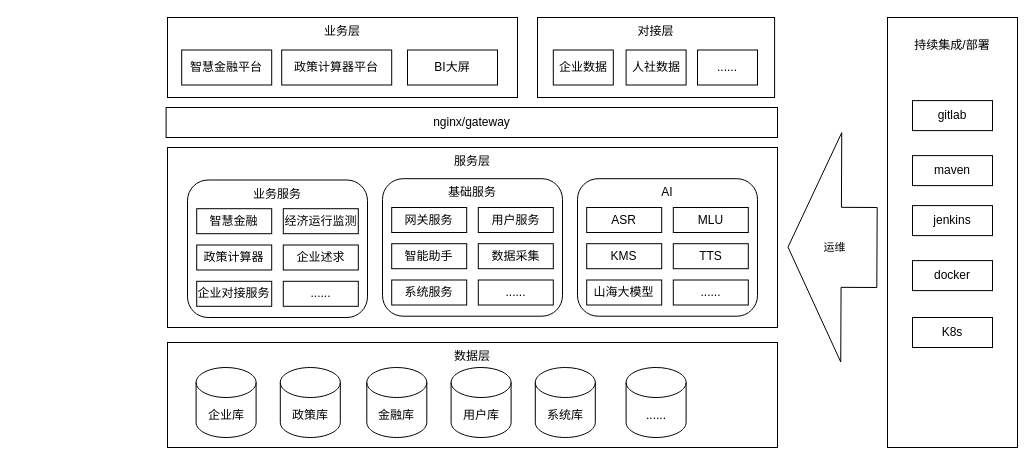
This is yzs/智慧金融.drawio from yanglei1992/documents, a draw.io file, before an edit. Source tidied: cells renumbered, new cells numbered last; positions are measured from the earlier drawing's top-left corner, leaving out a move shared by most shapes. Both pictures are drawn from the tidied source at 100%, with x=0, y=0 at pixel (166, 17).
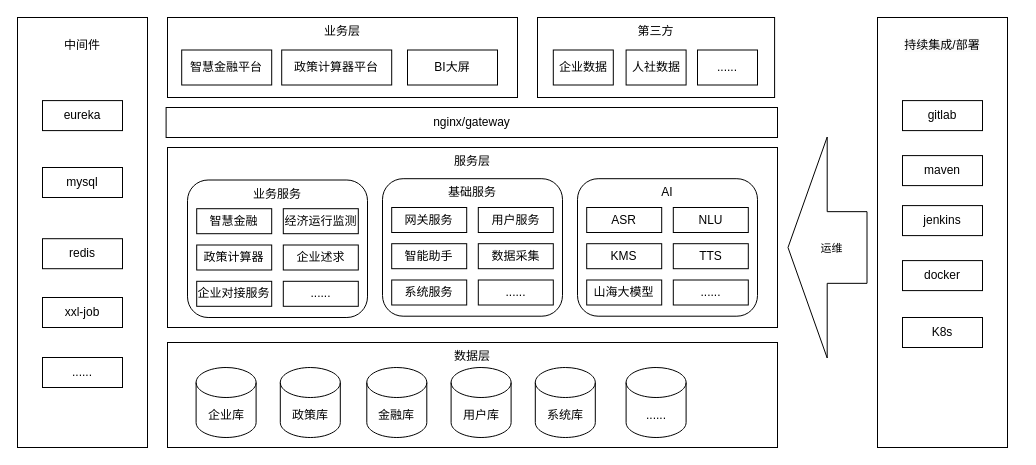
Above is the later version.

Commit message:
更新智慧金融.drawio

Diff of the diagram source:
```diff
@@
-    <mxCell id="22" value="MLU" style="rounded=0;whiteSpace=wrap;html=1;" parent="1" vertex="1">
+    <mxCell id="22" value="NLU" style="rounded=0;whiteSpace=wrap;html=1;" parent="1" vertex="1">
       <mxGeometry x="506.8" y="190" width="75" height="25" as="geometry" />
     </mxCell>
@@
-    <mxCell id="28" value="对接层" style="rounded=0;whiteSpace=wrap;html=1;verticalAlign=top;" parent="1" vertex="1">
+    <mxCell id="28" value="第三方" style="rounded=0;whiteSpace=wrap;html=1;verticalAlign=top;" parent="1" vertex="1">
       <mxGeometry x="371" width="237.1" height="80" as="geometry" />
     </mxCell>
@@
     <mxCell id="40" value="&#10;&lt;span style=&quot;color: rgb(0, 0, 0); font-family: Helvetica; font-size: 12px; font-style: normal; font-variant-ligatures: normal; font-variant-caps: normal; font-weight: 400; letter-spacing: normal; orphans: 2; text-align: center; text-indent: 0px; text-transform: none; widows: 2; word-spacing: 0px; -webkit-text-stroke-width: 0px; background-color: rgb(251, 251, 251); text-decoration-thickness: initial; text-decoration-style: initial; text-decoration-color: initial; float: none; display: inline !important;&quot;&gt;持续集成/部署&lt;/span&gt;&#10;&#10;" style="rounded=0;whiteSpace=wrap;html=1;verticalAlign=top;" parent="1" vertex="1">
-      <mxGeometry x="721" width="130" height="430" as="geometry" />
+      <mxGeometry x="711" width="130" height="430" as="geometry" />
     </mxCell>
     <mxCell id="41" value="gitlab" style="rounded=0;whiteSpace=wrap;html=1;" parent="1" vertex="1">
-      <mxGeometry x="746" y="83.1" width="80" height="30" as="geometry" />
+      <mxGeometry x="736" y="83.1" width="80" height="30" as="geometry" />
     </mxCell>
     <mxCell id="42" value="maven" style="rounded=0;whiteSpace=wrap;html=1;" parent="1" vertex="1">
-      <mxGeometry x="746" y="138.1" width="80" height="30" as="geometry" />
+      <mxGeometry x="736" y="138.1" width="80" height="30" as="geometry" />
     </mxCell>
     <mxCell id="43" value="jenkins" style="rounded=0;whiteSpace=wrap;html=1;" parent="1" vertex="1">
-      <mxGeometry x="746" y="188.1" width="80" height="30" as="geometry" />
+      <mxGeometry x="736" y="188.1" width="80" height="30" as="geometry" />
     </mxCell>
     <mxCell id="44" value="docker" style="rounded=0;whiteSpace=wrap;html=1;" parent="1" vertex="1">
-      <mxGeometry x="746" y="243.1" width="80" height="30" as="geometry" />
+      <mxGeometry x="736" y="243.1" width="80" height="30" as="geometry" />
     </mxCell>
     <mxCell id="45" value="K8s" style="rounded=0;whiteSpace=wrap;html=1;" parent="1" vertex="1">
-      <mxGeometry x="746" y="300" width="80" height="30" as="geometry" />
+      <mxGeometry x="736" y="300" width="80" height="30" as="geometry" />
     </mxCell>
-    <mxCell id="46" style="shape=flexArrow;endArrow=classic;html=1;rounded=0;endWidth=148.33333333333334;endSize=17.416666666666668;width=80;" parent="1" edge="1">
+    <mxCell id="46" style="shape=flexArrow;endArrow=classic;html=1;rounded=0;endWidth=148.33333333333334;endSize=12.733333333333333;width=71.66666666666667;" parent="1" edge="1">
       <mxGeometry relative="1" as="geometry">
-        <mxPoint x="711" y="230" as="sourcePoint" />
-        <mxPoint x="621" y="229.6" as="targetPoint" />
+        <mxPoint x="701" y="230" as="sourcePoint" />
+        <mxPoint x="621" y="230" as="targetPoint" />
       </mxGeometry>
     </mxCell>
@@
+    <mxCell id="48" value="&lt;br&gt;中间件" style="rounded=0;whiteSpace=wrap;html=1;verticalAlign=top;" parent="1" vertex="1">
+      <mxGeometry x="-149" width="130" height="430" as="geometry" />
+    </mxCell>
+    <mxCell id="49" value="eureka" style="rounded=0;whiteSpace=wrap;html=1;" parent="1" vertex="1">
+      <mxGeometry x="-124" y="83.1" width="80" height="30" as="geometry" />
+    </mxCell>
+    <mxCell id="50" value="mysql" style="rounded=0;whiteSpace=wrap;html=1;" parent="1" vertex="1">
+      <mxGeometry x="-124" y="150" width="80" height="30" as="geometry" />
+    </mxCell>
+    <mxCell id="51" value="redis" style="rounded=0;whiteSpace=wrap;html=1;" parent="1" vertex="1">
+      <mxGeometry x="-124" y="221.2" width="80" height="30" as="geometry" />
+    </mxCell>
+    <mxCell id="52" value="xxl-job" style="rounded=0;whiteSpace=wrap;html=1;" parent="1" vertex="1">
+      <mxGeometry x="-124" y="280" width="80" height="30" as="geometry" />
+    </mxCell>
+    <mxCell id="53" value="......" style="rounded=0;whiteSpace=wrap;html=1;" parent="1" vertex="1">
+      <mxGeometry x="-124" y="340" width="80" height="30" as="geometry" />
+    </mxCell>
```
